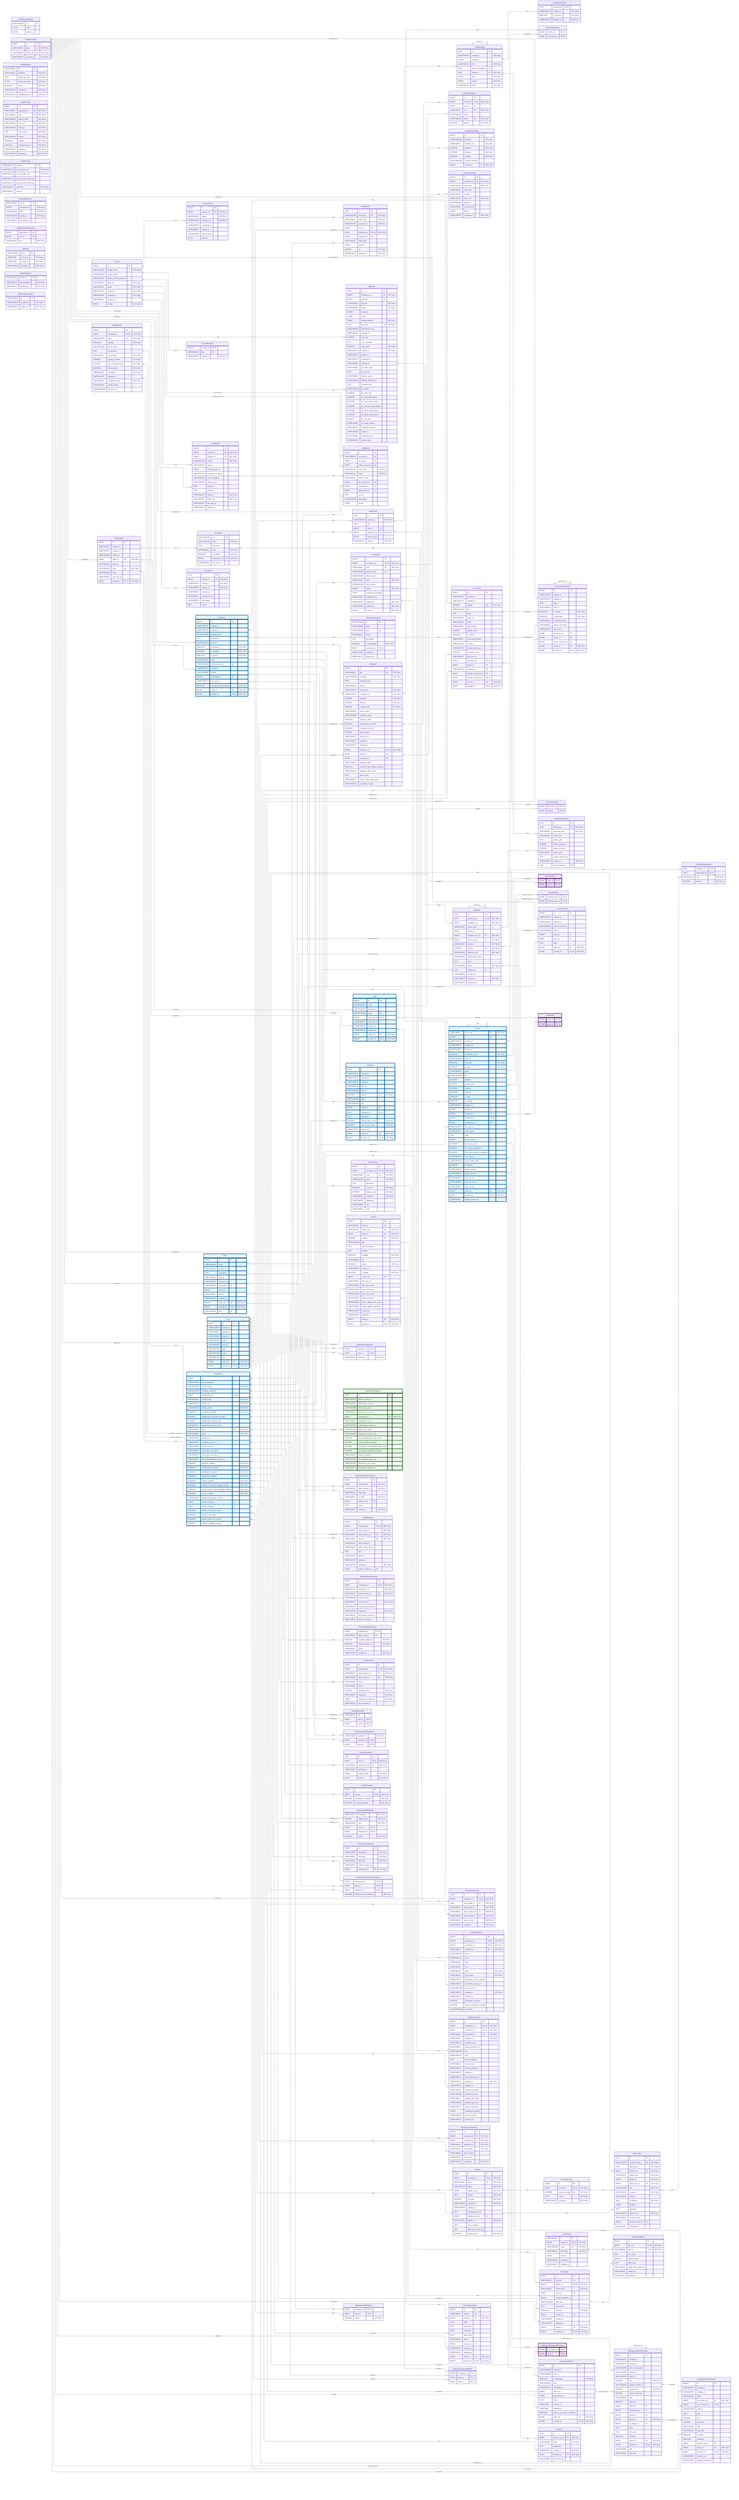
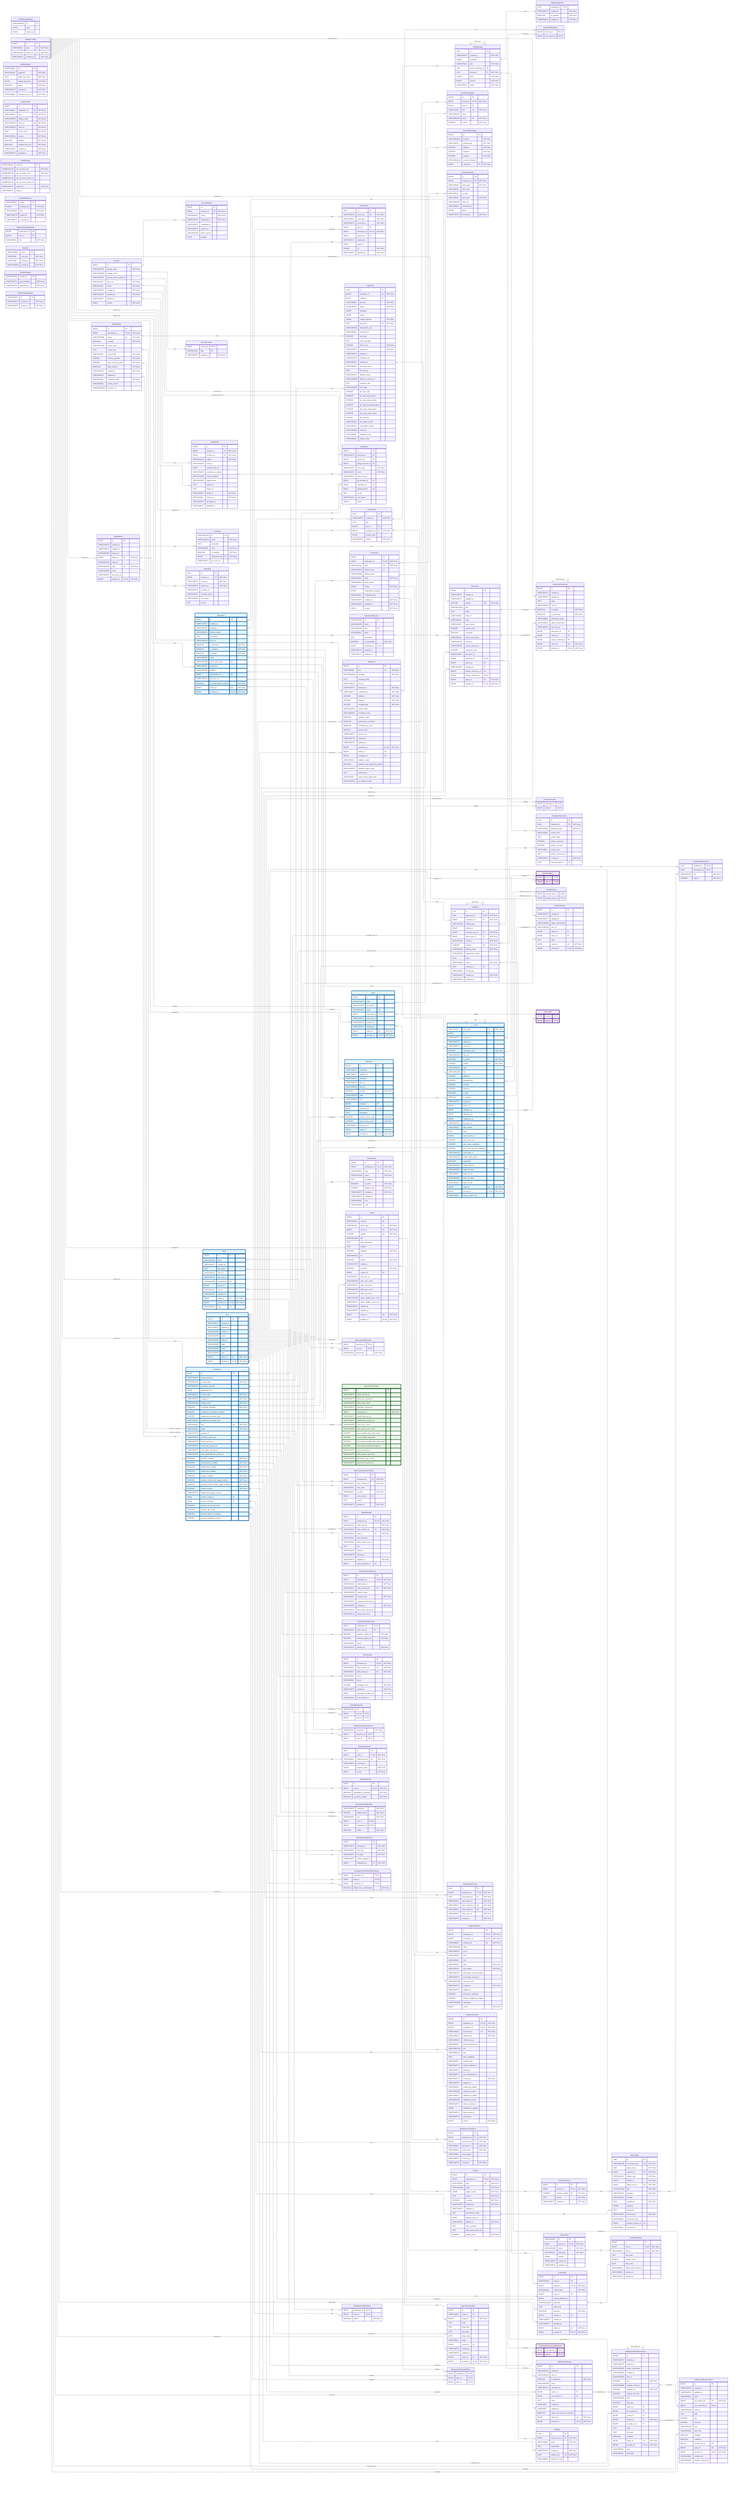
---
config:
    layout: elk
---
erDiagram
    %% Generated automatically from PostgreSQL database schema
    %% using scripts/generate-mermaid-erd.ts
    %% To regenerate: pnpm run db:generate-erd-docs

    direction LR

    Account {
        BIGINT id PK
        VARCHAR(255) display_name "NOT NULL"
        USER-DEFINED primary_email
        TIMESTAMPTZ primary_email_verified_at
        VARCHAR(16) app_role "NOT NULL"
        VARCHAR(16) status "NOT NULL"
        TIMESTAMPTZ created_at "NOT NULL"
        TIMESTAMPTZ updated_at "NOT NULL"
        TIMESTAMPTZ deleted_at
        BIGINT version "NOT NULL"
    }

    AccountExport {
        BIGINT id PK
        BIGINT account_id FK "NOT NULL"
        VARCHAR(16) status "NOT NULL"
        TIMESTAMPTZ requested_at "NOT NULL"
        TIMESTAMPTZ completed_at
        TIMESTAMPTZ expires_at
        VARCHAR(128) failure_reason
        BYTEA payload
    }

    AccountFeature {
        BIGINT account_id PK,FK
        VARCHAR(64) flag PK
        TIMESTAMPTZ enabled_at "NOT NULL"
    }

    ActivityEvent {
        UUID id PK
        VARCHAR(255) event_key UK "NOT NULL"
        VARCHAR(64) event_type "NOT NULL"
        TIMESTAMPTZ occurred_at "NOT NULL"
        BIGINT actor_id FK
        BIGINT workspace_id FK,UK "NOT NULL"
        BIGINT repository_id FK
        VARCHAR(32) target_type
        BIGINT target_id
        DOUBLE xp "NOT NULL"
        TIMESTAMPTZ ingested_at "NOT NULL"
    }

    AgentConfig {
        BIGINT id PK
        BIGINT workspace_id FK,UK "NOT NULL"
        VARCHAR(100) name UK "NOT NULL"
        BOOLEAN enabled "NOT NULL"
        VARCHAR(128) model_name
        TEXT llm_api_key
        VARCHAR(32) llm_provider "NOT NULL"
        INTEGER timeout_seconds "NOT NULL"
        INTEGER max_concurrent_jobs "NOT NULL"
        BOOLEAN allow_internet "NOT NULL"
        TIMESTAMPTZ created_at "NOT NULL"
        TIMESTAMPTZ updated_at
        VARCHAR(16) credential_mode "NOT NULL"
        VARCHAR(50) model_version
        VARCHAR(2048) llm_base_url
    }

    AgentJob {
        UUID id PK
        BIGINT workspace_id FK "NOT NULL"
        BIGINT config_id FK
        VARCHAR(50) job_type "NOT NULL"
        VARCHAR(20) status "NOT NULL"
        JSONB metadata
        JSONB output
        JSONB config_snapshot "NOT NULL"
        TEXT job_token UK "NOT NULL"
        VARCHAR(255) idempotency_key
        VARCHAR(64) container_id
        INTEGER exit_code
        TEXT error_message
        INTEGER retry_count "NOT NULL"
        TIMESTAMPTZ created_at "NOT NULL"
        TIMESTAMPTZ started_at
        TIMESTAMPTZ completed_at
        VARCHAR(64) network_id
        VARCHAR(64) job_token_hash
        TEXT llm_api_key
        VARCHAR(20) delivery_status
        VARCHAR(255) delivery_comment_id
        TEXT container_logs
        VARCHAR(100) llm_model
        INTEGER llm_total_calls
        INTEGER llm_total_input_tokens
        INTEGER llm_total_output_tokens
        INTEGER llm_total_reasoning_tokens
        INTEGER llm_cache_read_tokens
        INTEGER llm_cache_write_tokens
        DOUBLE llm_cost_usd
        VARCHAR(50) llm_model_version
        VARCHAR(32) cancellation_reason
        VARCHAR(255) worker_id
        VARCHAR(48) integration_kind
        VARCHAR(48) subject_class
    }

    AuthEvent {
        BIGINT id PK
        TIMESTAMPTZ occurred_at PK
        BIGINT account_id FK
        BIGINT acting_account_id FK
        VARCHAR(48) event_type "NOT NULL"
        VARCHAR(16) result "NOT NULL"
        VARCHAR(64) failure_reason
        BIGINT git_provider_id FK
        BIGINT workspace_id FK
        BIGINT identity_link_id FK
        INET ip_inet
        VARCHAR(512) user_agent
        JSONB details
    }

    AuthRateLimitBucket {
        VARCHAR(255) id PK
        BYTEA state
        BIGINT expires_at
    }

    ChatMessage {
        UUID id PK
        TIMESTAMPTZ created_at "NOT NULL"
        JSONB metadata
        VARCHAR(16) role "NOT NULL"
        UUID parent_message_id FK
        UUID thread_id FK "NOT NULL"
        JSONB parts "NOT NULL"
        BIGINT version "NOT NULL"
        VARCHAR(16) status "NOT NULL"
    }

    ChatMessageVote {
        UUID message_id PK,FK
        TIMESTAMPTZ created_at "NOT NULL"
        BOOLEAN is_upvoted "NOT NULL"
        TIMESTAMPTZ updated_at "NOT NULL"
    }

    ChatThread {
        UUID id PK
        TIMESTAMPTZ created_at "NOT NULL"
        TEXT title
        BIGINT user_id FK
        BIGINT workspace_id FK "NOT NULL"
        BYTEA session_jsonl
        VARCHAR(16) surface "NOT NULL"
    }

    CommitContributor {
        BIGINT id PK
        BIGINT commit_id FK,UK "NOT NULL"
        BIGINT user_id FK
        VARCHAR(32) role UK "NOT NULL"
        VARCHAR(255) name
        VARCHAR(255) email UK "NOT NULL"
        INTEGER ordinal "NOT NULL"
    }

    CommitFileChange {
        BIGINT id PK
        VARCHAR(1024) filename "NOT NULL"
        VARCHAR(32) change_type "NOT NULL"
        INTEGER additions "NOT NULL"
        INTEGER deletions "NOT NULL"
        INTEGER changes "NOT NULL"
        VARCHAR(1024) previous_filename
        BIGINT commit_id FK "NOT NULL"
    }

    CommitPullRequest {
        BIGINT commit_id PK,FK
        BIGINT pull_request_id PK,FK
    }

    Connection {
        BIGINT id PK
        BIGINT workspace_id FK,UK "NOT NULL"
        VARCHAR(48) kind UK "NOT NULL"
        VARCHAR(128) instance_key UK
        VARCHAR(256) display_name
        VARCHAR(32) state "NOT NULL"
        VARCHAR(512) state_reason
        JSONB config "NOT NULL"
        BYTEA credentials_encrypted
        VARCHAR(64) credentials_alg
        TIMESTAMPTZ created_at "NOT NULL"
        TIMESTAMPTZ updated_at "NOT NULL"
        BIGINT version "NOT NULL"
    }

    ConnectionAudit {
        BIGINT id PK
        BIGINT connection_id FK "NOT NULL"
        VARCHAR(48) event_type "NOT NULL"
        VARCHAR(32) from_state
        VARCHAR(32) to_state
        VARCHAR(32) actor_kind "NOT NULL"
        VARCHAR(256) actor_ref
        VARCHAR(64) correlation_id
        JSONB detail
        TIMESTAMPTZ occurred_at "NOT NULL"
    }

    Discussion {
        BIGINT id PK
        TIMESTAMPTZ created_at
        TIMESTAMPTZ updated_at
        INTEGER number UK "NOT NULL"
        VARCHAR(1024) title
        TEXT body
        VARCHAR(512) html_url
        VARCHAR(16) state
        VARCHAR(32) state_reason
        INTEGER upvote_count
        BOOLEAN is_locked
        VARCHAR(32) active_lock_reason
        TIMESTAMPTZ closed_at
        TIMESTAMPTZ answer_chosen_at
        INTEGER comment_count
        TIMESTAMPTZ last_sync_at
        BIGINT repository_id FK,UK
        BIGINT author_id FK
        VARCHAR(128) category_id FK
        BIGINT answer_chosen_by_id FK
        BIGINT answer_comment_id FK,UK
        BIGINT native_id UK "NOT NULL"
        BIGINT provider_id FK,UK "NOT NULL"
    }

    DiscussionCategory {
        VARCHAR(128) id PK
        VARCHAR(255) name
        VARCHAR(128) slug UK
        VARCHAR(32) emoji
        TEXT description
        BOOLEAN is_answerable "NOT NULL"
        BIGINT repository_id FK,UK
        TIMESTAMPTZ created_at
        TIMESTAMPTZ updated_at
    }

    DiscussionComment {
        BIGINT id PK
        TIMESTAMPTZ created_at
        TIMESTAMPTZ updated_at
        TEXT body
        VARCHAR(512) html_url
        BOOLEAN is_answer "NOT NULL"
        BOOLEAN is_minimized "NOT NULL"
        VARCHAR(64) minimized_reason
        VARCHAR(32) author_association
        TIMESTAMPTZ last_sync_at
        BIGINT discussion_id FK
        BIGINT author_id FK
        BIGINT parent_comment_id FK
        BIGINT native_id UK "NOT NULL"
        BIGINT provider_id FK,UK "NOT NULL"
    }

    DiscussionLabel {
        BIGINT discussion_id PK,FK
        BIGINT label_id PK,FK
    }

    Feedback {
        UUID id PK
        UUID agent_job_id FK,UK "NOT NULL"
        BIGINT workspace_id FK "NOT NULL"
        VARCHAR(32) artifact_type
        BIGINT artifact_id
        BIGINT recipient_user_id FK "NOT NULL"
        BIGINT about_user_id FK "NOT NULL"
        VARCHAR(32) channel "NOT NULL"
        INTEGER position UK "NOT NULL"
        VARCHAR(16) delivery_state "NOT NULL"
        VARCHAR(32) suppression_reason
        TEXT body
        VARCHAR(16) source "NOT NULL"
        UUID replaces_id FK
        VARCHAR(64) thread_key
        TIMESTAMPTZ created_at "NOT NULL"
        TIMESTAMPTZ delivered_at
    }

    FeedbackObservation {
        UUID feedback_id PK,FK
        UUID observation_id PK,FK
        VARCHAR(16) role "NOT NULL"
        INTEGER ordinal "NOT NULL"
    }

    FeedbackPlacement {
        UUID id PK
        UUID feedback_id FK "NOT NULL"
        VARCHAR(32) placement_type "NOT NULL"
        VARCHAR(16) anchor_kind
        TEXT anchor_path
        INTEGER anchor_start_line
        INTEGER anchor_end_line
        VARCHAR(8) anchor_side
        TEXT posted_comment_ref
        TIMESTAMPTZ created_at "NOT NULL"
        UUID chat_message_id FK
    }

    GitCommit {
        BIGINT id PK
        VARCHAR(40) sha UK "NOT NULL"
        VARCHAR(1024) message "NOT NULL"
        TEXT message_body
        VARCHAR(512) html_url
        TIMESTAMPTZ authored_at "NOT NULL"
        TIMESTAMPTZ committed_at "NOT NULL"
        INTEGER additions "NOT NULL"
        INTEGER deletions "NOT NULL"
        INTEGER changed_files "NOT NULL"
        VARCHAR(255) author_email
        VARCHAR(255) committer_email
        BOOLEAN signature_valid
        BOOLEAN authored_by_committer
        BOOLEAN committed_via_web
        INTEGER parent_count
        TIMESTAMPTZ last_sync_at
        TIMESTAMPTZ created_at
        TIMESTAMPTZ updated_at
        BIGINT repository_id FK,UK "NOT NULL"
        BIGINT author_id FK
        BIGINT committer_id FK
        VARCHAR(32) signature_state
        BOOLEAN signature_was_signed_by_github
        VARCHAR(255) signature_signer_login
        TEXT parent_shas
        VARCHAR(32) status_check_rollup_state
        VARCHAR(255) on_behalf_of_login
    }

    IdentityLink {
        BIGINT id PK
        BIGINT account_id FK "NOT NULL"
        BIGINT provider_id FK "NOT NULL"
        VARCHAR(255) subject "NOT NULL"
        VARCHAR(255) team_id
        BIGINT external_actor_id
        VARCHAR(255) username_at_signup
        VARCHAR(320) email_at_signup
        VARCHAR(255) display_name
        TEXT avatar_url
        TEXT profile_url
        TIMESTAMPTZ linked_at "NOT NULL"
        VARCHAR(16) linked_via "NOT NULL"
        TIMESTAMPTZ last_login_at
        TIMESTAMPTZ disabled_at
    }

    IdentityProvider {
        BIGINT id PK
        VARCHAR(10) type UK "NOT NULL"
        VARCHAR(512) server_url UK "NOT NULL"
        TIMESTAMPTZ created_at "NOT NULL"
    }

    Issue {
        VARCHAR(31) issue_type UK "NOT NULL"
        BIGINT id PK
        TIMESTAMPTZ created_at
        TIMESTAMPTZ updated_at
        TIMESTAMPTZ closed_at
        INTEGER comments_count "NOT NULL"
        VARCHAR(255) html_url
        BOOLEAN is_locked "NOT NULL"
        INTEGER number UK "NOT NULL"
        VARCHAR(255) state
        VARCHAR(1024) title
        INTEGER additions
        INTEGER changed_files
        INTEGER commits
        INTEGER deletions
        BOOLEAN is_draft
        BOOLEAN is_merged
        TIMESTAMPTZ merged_at
        BIGINT author_id FK
        BIGINT milestone_id FK
        BIGINT repository_id FK,UK
        BIGINT merged_by_id FK
        TIMESTAMPTZ last_sync_at
        VARCHAR(32) state_reason
        TEXT body
        BIGINT parent_issue_id FK
        INTEGER sub_issues_total
        INTEGER sub_issues_completed
        INTEGER sub_issues_percent_completed
        VARCHAR(128) issue_type_id FK
        VARCHAR(255) merge_state_status
        BOOLEAN mergeable
        VARCHAR(255) review_decision
        VARCHAR(255) head_ref_name
        VARCHAR(40) head_ref_oid
        VARCHAR(255) base_ref_name
        VARCHAR(40) base_ref_oid
        BIGINT native_id UK "NOT NULL"
        BIGINT provider_id FK,UK "NOT NULL"
        VARCHAR(40) merge_commit_sha
    }

    IssueAssignee {
        BIGINT issue_id PK,FK
        BIGINT user_id PK,FK
    }

    IssueBlocking {
        BIGINT blocked_issue_id PK,FK
        BIGINT blocking_issue_id PK,FK
    }

    IssueComment {
        BIGINT id PK
        TIMESTAMPTZ created_at
        TIMESTAMPTZ updated_at
        VARCHAR(255) author_association
        VARCHAR(255) html_url
        BIGINT author_id FK
        BIGINT issue_id FK
        TEXT body
        BIGINT native_id UK "NOT NULL"
        BIGINT provider_id FK,UK "NOT NULL"
    }

    IssueLabel {
        BIGINT issue_id PK,FK
        BIGINT label_id PK,FK
    }

    IssueType {
        VARCHAR(128) id PK
        VARCHAR(128) name "NOT NULL"
        TEXT description
        VARCHAR(20) color "NOT NULL"
        BOOLEAN is_enabled "NOT NULL"
        BIGINT organization_id FK "NOT NULL"
        TIMESTAMPTZ last_sync_at
    }

    IssuedJwt {
        UUID jti PK
        BIGINT account_id FK "NOT NULL"
        TIMESTAMPTZ issued_at "NOT NULL"
        TIMESTAMPTZ expires_at "NOT NULL"
        TIMESTAMPTZ revoked_at
        VARCHAR(32) revoked_reason
        VARCHAR(512) user_agent
        INET ip_inet
    }

    JwtSigningKey {
        VARCHAR(64) kid PK
        VARCHAR(16) algorithm "NOT NULL"
        TEXT public_key_pem "NOT NULL"
        BYTEA private_key_pem "NOT NULL"
        BOOLEAN active "NOT NULL"
        TIMESTAMPTZ created_at "NOT NULL"
        VARCHAR(64) encryption_key_id "NOT NULL"
    }

    Label {
        BIGINT id PK
        VARCHAR(255) color
        VARCHAR(255) description
        VARCHAR(255) name UK
        BIGINT repository_id FK,UK
        TIMESTAMPTZ last_sync_at
        TIMESTAMPTZ created_at
        TIMESTAMPTZ updated_at
        BIGINT native_id UK "NOT NULL"
        BIGINT provider_id FK,UK "NOT NULL"
    }

    LoginProvider {
        BIGINT id PK
        VARCHAR(64) registration_id UK "NOT NULL"
        VARCHAR(10) type UK "NOT NULL"
        VARCHAR(255) display_name "NOT NULL"
        VARCHAR(512) base_url UK "NOT NULL"
        VARCHAR(512) client_id "NOT NULL"
        TEXT client_secret "NOT NULL"
        VARCHAR(512) scopes "NOT NULL"
        BOOLEAN enabled "NOT NULL"
        BOOLEAN seeded_from_env "NOT NULL"
        TIMESTAMPTZ created_at "NOT NULL"
        TIMESTAMPTZ updated_at "NOT NULL"
    }

    MentorSlackThread {
        UUID id PK
        BIGINT workspace_id FK,UK "NOT NULL"
        UUID chat_thread_id FK "NOT NULL"
        VARCHAR(32) slack_team_id "NOT NULL"
        VARCHAR(32) slack_channel_id UK "NOT NULL"
        VARCHAR(32) slack_thread_ts UK "NOT NULL"
        VARCHAR(32) slack_user_id "NOT NULL"
        TIMESTAMPTZ created_at "NOT NULL"
    }

    Milestone {
        BIGINT id PK
        TIMESTAMPTZ created_at
        TIMESTAMPTZ updated_at
        TIMESTAMPTZ closed_at
        TIMESTAMPTZ due_on
        VARCHAR(255) html_url
        INTEGER number UK "NOT NULL"
        VARCHAR(255) state
        VARCHAR(255) title
        BIGINT creator_id FK
        BIGINT repository_id FK,UK
        TEXT description
        INTEGER closed_issues_count "NOT NULL"
        INTEGER open_issues_count "NOT NULL"
        TIMESTAMPTZ last_sync_at
        BIGINT native_id UK "NOT NULL"
        BIGINT provider_id FK,UK "NOT NULL"
    }

    ModelPricing {
        VARCHAR(128) model_id PK
        NUMERIC(12,6) per_1k_input_usd "NOT NULL"
        NUMERIC(12,6) per_1k_output_usd "NOT NULL"
        NUMERIC(12,6) per_1k_cache_read_usd
        NUMERIC(12,6) per_1k_cache_write_usd
        TIMESTAMPTZ valid_from "NOT NULL"
        TIMESTAMPTZ valid_to
    }

    OauthStateNonce {
        VARCHAR(32) nonce PK
        BIGINT workspace_id "NOT NULL"
        VARCHAR(48) kind "NOT NULL"
        TIMESTAMPTZ issued_at "NOT NULL"
        TIMESTAMPTZ consumed_at
    }

    Observation {
        UUID id PK
        VARCHAR(255) occurrence_key UK "NOT NULL"
        UUID agent_job_id "NOT NULL"
        BIGINT practice_id FK "NOT NULL"
        VARCHAR(32) artifact_type "NOT NULL"
        BIGINT artifact_id "NOT NULL"
        BIGINT about_user_id FK "NOT NULL"
        VARCHAR(255) title "NOT NULL"
        VARCHAR(16) presence "NOT NULL"
        VARCHAR(16) severity
        REAL confidence "NOT NULL"
        JSONB evidence
        TEXT reasoning
        TIMESTAMPTZ observed_at "NOT NULL"
        VARCHAR(64) recurrence_key
        BIGINT practice_revision_id FK
        VARCHAR(8) assessment
    }

    Organization {
        BIGINT id PK
        TIMESTAMPTZ created_at
        TIMESTAMPTZ updated_at
        VARCHAR(255) avatar_url
        BIGINT native_id UK "NOT NULL"
        VARCHAR(255) html_url
        VARCHAR(255) login UK "NOT NULL"
        VARCHAR(255) name
        TIMESTAMPTZ last_sync_at
        BIGINT provider_id FK,UK "NOT NULL"
    }

    OrganizationMembership {
        BIGINT organization_id PK
        BIGINT user_id PK
        VARCHAR(32) role "NOT NULL"
    }

    OutlineCollection {
        BIGINT id PK
        BIGINT workspace_id FK,UK "NOT NULL"
        BIGINT connection_id FK,UK "NOT NULL"
        VARCHAR(64) collection_id UK "NOT NULL"
        VARCHAR(1024) name
        VARCHAR(512) url_id
        VARCHAR(32) color
        VARCHAR(64) icon
        VARCHAR(16) state "NOT NULL"
        VARCHAR(16) sync_status "NOT NULL"
        TIMESTAMPTZ documents_synced_through
        TIMESTAMPTZ documents_synced_at
        VARCHAR(2048) last_sync_error
        TIMESTAMPTZ created_at "NOT NULL"
        TIMESTAMPTZ updated_at
        INTEGER documents_upstream
        INTEGER exports_skipped_for_budget
        VARCHAR(2048) description
+         BIGINT version "NOT NULL"
    }

    OutlineDocument {
        BIGINT id PK
        BIGINT workspace_id FK,UK "NOT NULL"
        BIGINT connection_id FK,UK "NOT NULL"
        VARCHAR(64) document_id UK "NOT NULL"
        VARCHAR(64) collection_id "NOT NULL"
        VARCHAR(512) collection_slug
        VARCHAR(64) parent_document_id
        VARCHAR(1024) title
        VARCHAR(512) slug
        TEXT body_markdown
        VARCHAR(64) content_hash
        TIMESTAMPTZ outline_updated_at
        TIMESTAMPTZ deleted_at
        TIMESTAMPTZ last_materialized_at
        TIMESTAMPTZ created_at "NOT NULL"
        TIMESTAMPTZ updated_at
        VARCHAR(64) created_by_subject
        VARCHAR(255) created_by_name
        VARCHAR(64) updated_by_subject
        VARCHAR(255) updated_by_name
        TIMESTAMPTZ outline_created_at
        JSONB collaborator_subjects
        TIMESTAMPTZ body_evicted_at
        TIMESTAMPTZ archived_at
+         BIGINT version "NOT NULL"
    }

    OutlineDocumentEvent {
        BIGINT id PK
        BIGINT workspace_id FK "NOT NULL"
        BIGINT connection_id FK "NOT NULL"
        VARCHAR(64) document_id "NOT NULL"
        VARCHAR(64) event_name "NOT NULL"
        VARCHAR(64) actor_subject
        TIMESTAMPTZ occurred_at
        TIMESTAMPTZ created_at "NOT NULL"
    }

    Practice {
        BIGINT id PK
        BIGINT workspace_id FK,UK "NOT NULL"
        VARCHAR(64) slug UK "NOT NULL"
        VARCHAR(128) name "NOT NULL"
        JSONB trigger_events "NOT NULL"
        TEXT criteria "NOT NULL"
        BOOLEAN is_active "NOT NULL"
        TIMESTAMPTZ created_at "NOT NULL"
        TIMESTAMPTZ updated_at
        TEXT precompute_script
        BIGINT practice_area_id FK
        VARCHAR(32) applies_to "NOT NULL"
        TEXT why_it_matters
        TEXT what_good_looks_like
        INTEGER display_order "NOT NULL"
    }

    PracticeArea {
        BIGINT id PK
        BIGINT workspace_id FK,UK "NOT NULL"
        VARCHAR(64) slug UK "NOT NULL"
        VARCHAR(128) name "NOT NULL"
        TEXT description
        BOOLEAN is_active "NOT NULL"
        INTEGER display_order "NOT NULL"
        TIMESTAMPTZ created_at "NOT NULL"
        TIMESTAMPTZ updated_at
        VARCHAR(64) icon
        VARCHAR(32) color
    }

    PracticeRevision {
        BIGINT id PK
        BIGINT practice_id FK,UK "NOT NULL"
        INTEGER revision_number UK "NOT NULL"
        TEXT criteria "NOT NULL"
        TIMESTAMPTZ created_at "NOT NULL"
    }

    Project {
        BIGINT id PK
        VARCHAR(64) node_id UK
        VARCHAR(32) owner_type UK "NOT NULL"
        BIGINT owner_id UK "NOT NULL"
        INTEGER number UK "NOT NULL"
        VARCHAR(256) title
        TEXT short_description
        TEXT readme
        BOOLEAN template "NOT NULL"
        VARCHAR(512) url
        BOOLEAN closed "NOT NULL"
        TIMESTAMPTZ closed_at
        BOOLEAN is_public "NOT NULL"
        BIGINT creator_id FK
        TIMESTAMPTZ last_sync_at
        VARCHAR(256) item_sync_cursor
        TIMESTAMPTZ items_synced_at
        VARCHAR(256) field_sync_cursor
        TIMESTAMPTZ fields_synced_at
        VARCHAR(256) status_update_sync_cursor
        TIMESTAMPTZ status_updates_synced_at
        TIMESTAMPTZ created_at
        TIMESTAMPTZ updated_at
        BIGINT native_id UK "NOT NULL"
        BIGINT provider_id FK,UK "NOT NULL"
    }

    ProjectField {
        VARCHAR(64) id PK
        BIGINT project_id FK,UK "NOT NULL"
        VARCHAR(256) name UK "NOT NULL"
        VARCHAR(32) data_type "NOT NULL"
        JSONB options
        TIMESTAMPTZ created_at
        TIMESTAMPTZ updated_at
    }

    ProjectFieldValue {
        BIGINT id PK
        BIGINT item_id FK,UK "NOT NULL"
        VARCHAR(64) field_id FK,UK "NOT NULL"
        TEXT text_value
        DOUBLE number_value
        DATE date_value
        VARCHAR(64) single_select_option_id
        VARCHAR(64) iteration_id
        TIMESTAMPTZ updated_at
    }

    ProjectItem {
        BIGINT id PK
        VARCHAR(64) node_id UK
        BIGINT project_id FK,UK "NOT NULL"
        VARCHAR(32) content_type "NOT NULL"
        BIGINT issue_id FK
        BIGINT content_database_id
        VARCHAR(1024) draft_title
        TEXT draft_body
        BOOLEAN archived "NOT NULL"
        BIGINT creator_id FK
        TIMESTAMPTZ created_at
        TIMESTAMPTZ updated_at
        BIGINT native_id UK "NOT NULL"
        BIGINT provider_id FK,UK "NOT NULL"
    }

    ProjectStatusUpdate {
        BIGINT id PK
        VARCHAR(64) node_id UK
        BIGINT project_id FK "NOT NULL"
        TEXT body
        TEXT body_html
        DATE start_date
        DATE target_date
        VARCHAR(32) status
        BIGINT creator_id FK
        TIMESTAMPTZ created_at
        TIMESTAMPTZ updated_at
        BIGINT native_id UK "NOT NULL"
        BIGINT provider_id FK,UK "NOT NULL"
    }

    PullRequestRequestedReviewer {
        BIGINT pull_request_id PK,FK
        BIGINT user_id PK,FK
    }

    PullRequestReview {
        BIGINT id PK
        VARCHAR(255) commit_id
        VARCHAR(255) html_url
        BOOLEAN is_dismissed "NOT NULL"
        VARCHAR(255) state
        TIMESTAMPTZ submitted_at
        BIGINT author_id FK
        BIGINT pull_request_id FK
        TEXT body
        TIMESTAMP created_at
        TIMESTAMP updated_at
        BOOLEAN author_can_push_to_repository
        BIGINT native_id UK "NOT NULL"
        BIGINT provider_id FK,UK "NOT NULL"
    }

    PullRequestReviewComment {
        BIGINT id PK
        TIMESTAMPTZ created_at
        TIMESTAMPTZ updated_at
        VARCHAR(255) author_association
        VARCHAR(255) commit_id
        VARCHAR(255) html_url
        INTEGER line "NOT NULL"
        VARCHAR(255) original_commit_id
        INTEGER original_line "NOT NULL"
        INTEGER original_start_line
        VARCHAR(255) path
        INTEGER start_line
        BIGINT author_id FK
        BIGINT pull_request_id FK
        BIGINT review_id FK
        BIGINT thread_id FK "NOT NULL"
        BIGINT in_reply_to_id FK
        TEXT body
        TEXT diff_hunk
        BOOLEAN outdated
        BIGINT native_id UK "NOT NULL"
        BIGINT provider_id FK,UK "NOT NULL"
        VARCHAR(16) side
        VARCHAR(16) start_side
    }

    PullRequestReviewThread {
        BIGINT id PK
        TIMESTAMPTZ created_at
        TIMESTAMPTZ updated_at
        VARCHAR(20) state
        BIGINT pull_request_id FK "NOT NULL"
        BIGINT root_comment_id FK,UK
        VARCHAR(128) node_id
        TEXT path
        INTEGER line
        INTEGER start_line
        VARCHAR(16) side
        VARCHAR(16) start_side
        BOOLEAN outdated
        BOOLEAN collapsed
        BIGINT resolved_by_id FK
        BIGINT native_id UK "NOT NULL"
        BIGINT provider_id FK,UK "NOT NULL"
        VARCHAR(64) commit_sha
        VARCHAR(64) original_commit_sha
    }

    Reaction {
        UUID id PK
        BIGINT reactor_user_id FK "NOT NULL"
        VARCHAR(16) action "NOT NULL"
        TEXT explanation
        TIMESTAMPTZ created_at "NOT NULL"
        UUID feedback_id FK "NOT NULL"
        VARCHAR(64) recurrence_key
    }

    Repository {
        BIGINT id PK
        TIMESTAMPTZ created_at
        TIMESTAMPTZ updated_at
        VARCHAR(255) default_branch
        TEXT description
        VARCHAR(512) html_url
        BOOLEAN is_archived "NOT NULL"
        BOOLEAN is_disabled "NOT NULL"
        BOOLEAN is_private "NOT NULL"
        VARCHAR(255) name
        VARCHAR(150) name_with_owner UK
        TIMESTAMPTZ pushed_at
        VARCHAR(255) visibility
        BIGINT organization_id FK
        TIMESTAMPTZ last_sync_at
        BOOLEAN has_discussions_enabled "NOT NULL"
        BIGINT native_id UK "NOT NULL"
        BIGINT provider_id FK,UK "NOT NULL"
    }

    RepositoryCollaborator {
        BIGINT repository_id PK,FK
        BIGINT user_id PK,FK
        VARCHAR(32) permission "NOT NULL"
    }

    RepositoryToMonitor {
        BIGINT id PK
        TIMESTAMPTZ labels_synced_at
        TIMESTAMPTZ milestones_synced_at
        VARCHAR(255) name_with_owner
        TIMESTAMPTZ repository_synced_at
        BIGINT workspace_id FK "NOT NULL"
        TIMESTAMPTZ backfill_last_run_at
        TIMESTAMPTZ collaborators_synced_at
        VARCHAR(255) issue_sync_cursor
        VARCHAR(255) pull_request_sync_cursor
        INTEGER issue_backfill_high_water_mark
        INTEGER issue_backfill_checkpoint
        INTEGER pull_request_backfill_high_water_mark
        INTEGER pull_request_backfill_checkpoint
        TIMESTAMPTZ issues_synced_at
        TIMESTAMPTZ pull_requests_synced_at
        VARCHAR(255) discussion_sync_cursor
        TIMESTAMPTZ discussions_synced_at
    }

    Shedlock {
        VARCHAR(64) name PK
        TIMESTAMP lock_until "NOT NULL"
        TIMESTAMP locked_at "NOT NULL"
        VARCHAR(255) locked_by "NOT NULL"
    }

    SlackChannelConsentEvent {
        BIGINT id PK
        BIGINT workspace_id FK "NOT NULL"
        VARCHAR(32) slack_channel_id "NOT NULL"
        VARCHAR(16) from_state
        VARCHAR(16) to_state "NOT NULL"
        BIGINT actor_user_id FK
        TEXT reason
        TIMESTAMPTZ created_at "NOT NULL"
    }

    SlackMessage {
        BIGINT id PK
        BIGINT workspace_id FK,UK "NOT NULL"
        VARCHAR(32) slack_team_id "NOT NULL"
        VARCHAR(32) slack_channel_id UK "NOT NULL"
        VARCHAR(32) slack_ts UK "NOT NULL"
        VARCHAR(32) slack_thread_ts
        VARCHAR(32) author_slack_user_id
        TEXT text
        TIMESTAMPTZ edited_at
        TIMESTAMPTZ deleted_at
        TIMESTAMPTZ ingested_at "NOT NULL"
        BIGINT author_member_id FK
    }

    SlackMonitoredChannel {
        BIGINT id PK
        BIGINT workspace_id FK,UK "NOT NULL"
        VARCHAR(32) slack_team_id "NOT NULL"
        VARCHAR(32) slack_channel_id UK "NOT NULL"
        VARCHAR(256) channel_name
        VARCHAR(16) consent_state "NOT NULL"
        TIMESTAMPTZ consent_announced_at
        TIMESTAMPTZ created_at "NOT NULL"
        VARCHAR(32) last_history_synced_ts
        TIMESTAMPTZ history_synced_at
    }

    SlackParticipantConsent {
        BIGINT workspace_id PK,FK
        VARCHAR(32) slack_user_id PK
        BOOLEAN ingestion_opted_out "NOT NULL"
        BOOLEAN research_opted_out "NOT NULL"
        VARCHAR(32) source
        TIMESTAMPTZ decided_at "NOT NULL"
    }

    SlackThread {
        BIGINT id PK
        BIGINT workspace_id FK,UK "NOT NULL"
        VARCHAR(32) slack_channel_id UK "NOT NULL"
        VARCHAR(32) slack_thread_ts UK "NOT NULL"
        VARCHAR(32) first_ts
        VARCHAR(32) last_ts
        INTEGER message_count "NOT NULL"
        TIMESTAMPTZ created_at "NOT NULL"
        ARRAY participant_member_ids "NOT NULL"
        VARCHAR(32) last_reviewed_ts
    }

    Team {
        BIGINT id PK
        VARCHAR(255) name
        TIMESTAMPTZ created_at
        TEXT description
        VARCHAR(512) html_url
        TIMESTAMPTZ last_sync_at
        VARCHAR(255) organization UK
        BIGINT parent_id
        VARCHAR(32) privacy
        TIMESTAMPTZ updated_at
        BIGINT native_id UK "NOT NULL"
        BIGINT provider_id FK,UK "NOT NULL"
        VARCHAR(512) slug UK
    }

    TeamMembership {
        VARCHAR(32) role
        BIGINT user_id PK,FK
        BIGINT team_id PK,FK
    }

    TeamRepositoryPermission {
        VARCHAR(32) permission "NOT NULL"
        BIGINT repository_id PK,FK
        BIGINT team_id PK,FK
    }

    User {
        BIGINT id PK
        TIMESTAMPTZ created_at
        TIMESTAMPTZ updated_at
        VARCHAR(255) avatar_url
        VARCHAR(255) email
        VARCHAR(255) html_url
        VARCHAR(255) login
        VARCHAR(255) name
        VARCHAR(255) type
        BIGINT native_id UK "NOT NULL"
        BIGINT provider_id FK,UK "NOT NULL"
    }

    UserAchievement {
        UUID id PK
        BIGINT user_id FK,UK "NOT NULL"
        VARCHAR(64) achievement_id UK "NOT NULL"
        TIMESTAMPTZ unlocked_at
        JSONB progress_data "NOT NULL"
        BIGINT version "NOT NULL"
    }

    UserPreference {
        BIGINT id PK
        BIGINT user_id FK,UK "NOT NULL"
        BOOLEAN participate_in_research "NOT NULL"
        BOOLEAN ai_review_enabled "NOT NULL"
    }

    WorkerRegistry {
        VARCHAR(255) worker_id PK
        TIMESTAMPTZ last_heartbeat "NOT NULL"
        TIMESTAMPTZ registered_at "NOT NULL"
    }

    WorkerTokenDenylist {
        VARCHAR(64) jti PK
        TIMESTAMPTZ revoked_at "NOT NULL"
        TIMESTAMPTZ expires_at "NOT NULL"
    }

    Workspace {
        BIGINT id PK
        TIMESTAMPTZ users_synced_at
        VARCHAR(120) account_login "NOT NULL"
        VARCHAR(255) repository_selection
        BIGINT organization_id FK,UK
        VARCHAR(10) account_type "NOT NULL"
        TIMESTAMPTZ created_at "NOT NULL"
        VARCHAR(120) display_name "NOT NULL"
        BOOLEAN is_publicly_viewable "NOT NULL"
        BOOLEAN leaderboard_notification_enabled
        INTEGER leaderboard_schedule_day
        VARCHAR(10) leaderboard_schedule_time
        VARCHAR(64) slug UK "NOT NULL"
        VARCHAR(20) status "NOT NULL"
        TIMESTAMPTZ updated_at
        TIMESTAMPTZ members_synced_at
        TIMESTAMPTZ teams_synced_at
        TIMESTAMPTZ sub_issues_synced_at
        TIMESTAMPTZ issue_types_synced_at
        TIMESTAMPTZ issue_dependencies_synced_at
        BOOLEAN practices_enabled "NOT NULL"
        BOOLEAN achievements_enabled "NOT NULL"
        BOOLEAN leaderboard_enabled "NOT NULL"
        BOOLEAN progression_enabled "NOT NULL"
        BOOLEAN leagues_enabled "NOT NULL"
        BOOLEAN practice_review_auto_trigger_enabled "NOT NULL"
        BOOLEAN practice_review_manual_trigger_enabled "NOT NULL"
        BOOLEAN mentor_enabled "NOT NULL"
        TIMESTAMPTZ leaderboard_league_cycle_at
        BIGINT practice_config_id FK
        BIGINT mentor_config_id FK
        BOOLEAN practice_run_for_all_users
        BOOLEAN practice_skip_drafts
        BOOLEAN practice_deliver_to_merged
        INTEGER practice_cooldown_minutes
    }

    WorkspaceMembership {
        TIMESTAMPTZ created_at "NOT NULL"
        INTEGER league_points "NOT NULL"
        VARCHAR(16) role "NOT NULL"
        BIGINT user_id PK,FK
        BIGINT workspace_id PK,FK
        BOOLEAN hidden "NOT NULL"
    }

    WorkspaceSlugHistory {
        BIGINT id PK
        TIMESTAMPTZ changed_at "NOT NULL"
        VARCHAR(64) new_slug "NOT NULL"
        VARCHAR(64) old_slug "NOT NULL"
        TIMESTAMPTZ redirect_expires_at
        BIGINT workspace_id FK "NOT NULL"
    }

    WorkspaceTeamLabelFilter {
        BIGINT workspace_id PK,FK
        BIGINT team_id PK,FK
        BIGINT label_id PK,FK
    }

    WorkspaceTeamRepositorySetting {
        BIGINT workspace_id PK,FK
        BIGINT team_id PK,FK
        BIGINT repository_id PK,FK
        BOOLEAN hidden_from_contributions "NOT NULL"
    }

    WorkspaceTeamSetting {
        BIGINT workspace_id PK,FK
        BIGINT team_id PK,FK
        BOOLEAN hidden "NOT NULL"
    }

    %% Relationships
    %% One-to-One relationships
    Account ||--|| AccountFeature : has
    Workspace ||--|| ActivityEvent : has
    Workspace ||--|| AgentConfig : has
    ChatMessage ||--|| ChatMessageVote : has
    GitCommit ||--|| CommitContributor : has
    Workspace ||--|| Connection : has
    Repository ||--|| Discussion : has
    DiscussionComment ||--|| Discussion : references
    IdentityProvider ||--|| Discussion : references
    Repository ||--|| DiscussionCategory : has
    IdentityProvider ||--|| DiscussionComment : commented_on
    AgentJob ||--|| Feedback : has
    Repository ||--|| GitCommit : has
    Repository ||--|| Issue : has
    IdentityProvider ||--|| Issue : references
    IdentityProvider ||--|| IssueComment : commented_on
    Repository ||--|| Label : labeled
    IdentityProvider ||--|| Label : labeled
    Workspace ||--|| MentorSlackThread : has
    Repository ||--|| Milestone : has
    IdentityProvider ||--|| Milestone : references
    IdentityProvider ||--|| Organization : references
    Workspace ||--|| OutlineCollection : has
    Connection ||--|| OutlineCollection : has
    Workspace ||--|| OutlineDocument : has
    Connection ||--|| OutlineDocument : has
    Workspace ||--|| Practice : has
    Workspace ||--|| PracticeArea : has
    Practice ||--|| PracticeRevision : has
    IdentityProvider ||--|| Project : references
    Project ||--|| ProjectField : has
    ProjectItem ||--|| ProjectFieldValue : has
    ProjectField ||--|| ProjectFieldValue : has
    Project ||--|| ProjectItem : has
    IdentityProvider ||--|| ProjectItem : references
    IdentityProvider ||--|| ProjectStatusUpdate : references
    IdentityProvider ||--|| PullRequestReview : reviewed
    IdentityProvider ||--|| PullRequestReviewComment : commented_on
    PullRequestReviewComment ||--|| PullRequestReviewThread : reviewed
    IdentityProvider ||--|| PullRequestReviewThread : reviewed
    IdentityProvider ||--|| Repository : references
    Workspace ||--|| SlackMessage : has
    Workspace ||--|| SlackMonitoredChannel : has
    Workspace ||--|| SlackParticipantConsent : has
    Workspace ||--|| SlackThread : has
    IdentityProvider ||--|| Team : references
    IdentityProvider ||--|| User : references
    User ||--|| UserAchievement : has
    User ||--|| UserPreference : has
    Organization ||--|| Workspace : has
    User ||--|| WorkspaceMembership : belongs_to
    Workspace ||--|| WorkspaceMembership : belongs_to

    %% One-to-Many relationships
    Account ||--o{ AccountExport : has
    User ||--o{ ActivityEvent : references
    Repository ||--o{ ActivityEvent : has
    Workspace ||--o{ AgentJob : has
    AgentConfig ||--o{ AgentJob : has
    Account ||--o{ AuthEvent : account_id
    Account ||--o{ AuthEvent : acting_account_id
    IdentityProvider ||--o{ AuthEvent : references
    Workspace ||--o{ AuthEvent : has
    IdentityLink ||--o{ AuthEvent : has
    ChatMessage ||--o{ ChatMessage : references
    ChatThread ||--o{ ChatMessage : has
    User ||--o{ ChatThread : has
    Workspace ||--o{ ChatThread : has
    User ||--o{ CommitContributor : has
    GitCommit ||--o{ CommitFileChange : has
    Connection ||--o{ ConnectionAudit : has
    User ||--o{ Discussion : authored_by
    DiscussionCategory ||--o{ Discussion : has
    User ||--o{ Discussion : references
    Discussion ||--o{ DiscussionComment : commented_on
    User ||--o{ DiscussionComment : commented_on
    DiscussionComment ||--o{ DiscussionComment : commented_on
    Workspace ||--o{ Feedback : has
    User ||--o{ Feedback : recipient_user_id
    User ||--o{ Feedback : about_user_id
    Feedback ||--o{ Feedback : references
    Feedback ||--o{ FeedbackPlacement : has
    ChatMessage ||--o{ FeedbackPlacement : has
    User ||--o{ GitCommit : authored_by
    User ||--o{ GitCommit : references
    Account ||--o{ IdentityLink : has
    IdentityProvider ||--o{ IdentityLink : references
    User ||--o{ Issue : authored_by
    Milestone ||--o{ Issue : has
    User ||--o{ Issue : merged_by
    Issue ||--o{ Issue : has
    IssueType ||--o{ Issue : has
    User ||--o{ IssueComment : commented_on
    Issue ||--o{ IssueComment : commented_on
    Organization ||--o{ IssueType : has
    Account ||--o{ IssuedJwt : has
    ChatThread ||--o{ MentorSlackThread : has
    User ||--o{ Milestone : created_by
    Practice ||--o{ Observation : has
    User ||--o{ Observation : has
    PracticeRevision ||--o{ Observation : has
    Workspace ||--o{ OutlineDocumentEvent : has
    Connection ||--o{ OutlineDocumentEvent : has
    PracticeArea ||--o{ Practice : has
    User ||--o{ Project : created_by
    Issue ||--o{ ProjectItem : has
    User ||--o{ ProjectItem : created_by
    Project ||--o{ ProjectStatusUpdate : has
    User ||--o{ ProjectStatusUpdate : created_by
    User ||--o{ PullRequestReview : reviewed
    Issue ||--o{ PullRequestReview : reviewed
    User ||--o{ PullRequestReviewComment : commented_on
    Issue ||--o{ PullRequestReviewComment : commented_on
    PullRequestReview ||--o{ PullRequestReviewComment : commented_on
    PullRequestReviewThread ||--o{ PullRequestReviewComment : commented_on
    PullRequestReviewComment ||--o{ PullRequestReviewComment : commented_on
    Issue ||--o{ PullRequestReviewThread : reviewed
    User ||--o{ PullRequestReviewThread : reviewed
    User ||--o{ Reaction : has
    Feedback ||--o{ Reaction : has
    Organization ||--o{ Repository : has
    Workspace ||--o{ RepositoryToMonitor : monitors
    Workspace ||--o{ SlackChannelConsentEvent : has
    User ||--o{ SlackChannelConsentEvent : has
    User ||--o{ SlackMessage : authored_by
    AgentConfig ||--o{ Workspace : practice_config_id
    AgentConfig ||--o{ Workspace : mentor_config_id
    Workspace ||--o{ WorkspaceSlugHistory : has

    %% Many-to-Many relationships
    GitCommit }o--o{ CommitPullRequest : has
    Issue }o--o{ CommitPullRequest : references
    Discussion }o--o{ DiscussionLabel : labeled
    Label }o--o{ DiscussionLabel : labeled
    Feedback }o--o{ FeedbackObservation : has
    Observation }o--o{ FeedbackObservation : has
    Issue }o--o{ IssueAssignee : assigned_to
    User }o--o{ IssueAssignee : assigned_to
    Issue }o--o{ IssueBlocking : blocked_issue_id
    Issue }o--o{ IssueBlocking : blocking_issue_id
    Issue }o--o{ IssueLabel : labeled
    Label }o--o{ IssueLabel : labeled
    Issue }o--o{ PullRequestRequestedReviewer : reviewed
    User }o--o{ PullRequestRequestedReviewer : reviewed
    Repository }o--o{ RepositoryCollaborator : has
    User }o--o{ RepositoryCollaborator : has
    User }o--o{ TeamMembership : belongs_to
    Team }o--o{ TeamMembership : belongs_to
    Repository }o--o{ TeamRepositoryPermission : has
    Team }o--o{ TeamRepositoryPermission : has
    Workspace }o--o{ WorkspaceTeamLabelFilter : labeled
    Team }o--o{ WorkspaceTeamLabelFilter : labeled
    Label }o--o{ WorkspaceTeamLabelFilter : labeled
    Workspace }o--o{ WorkspaceTeamRepositorySetting : has
    Team }o--o{ WorkspaceTeamRepositorySetting : has
    Repository }o--o{ WorkspaceTeamRepositorySetting : has
    Workspace }o--o{ WorkspaceTeamSetting : has
    Team }o--o{ WorkspaceTeamSetting : has

    %% Styling
    classDef primaryEntity fill:#e1f5fe,stroke:#01579b,stroke-width:2px
    classDef associationEntity fill:#f3e5f5,stroke:#4a148c,stroke-width:2px
    classDef metadataEntity fill:#e8f5e8,stroke:#1b5e20,stroke-width:2px

    class Issue primaryEntity
    class IssueAssignee associationEntity
    class IssueLabel associationEntity
    class Label primaryEntity
    class Milestone primaryEntity
    class PullRequestRequestedReviewer associationEntity
    class Repository primaryEntity
    class RepositoryToMonitor metadataEntity
    class Team primaryEntity
    class User primaryEntity
    class Workspace primaryEntity
